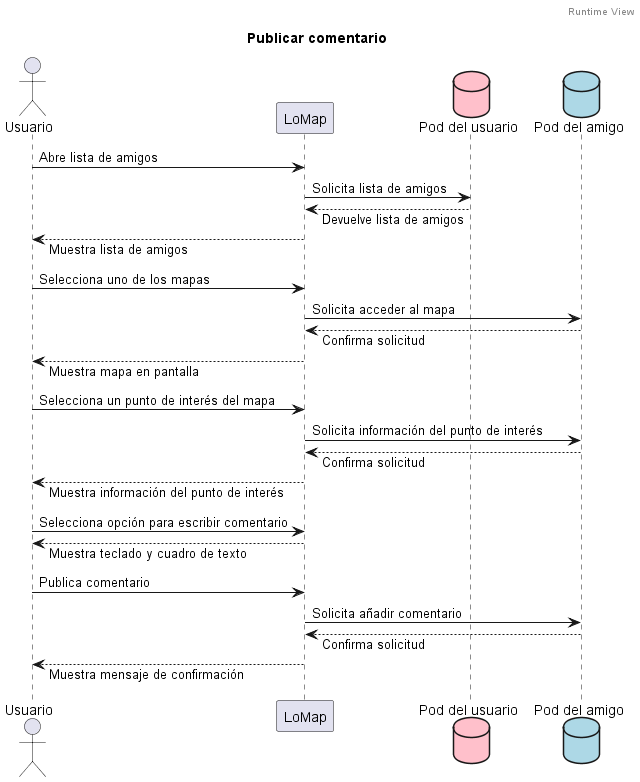
This is images/Publicar comentario.png from Arquisoft/lomap_es4b, a PlantUML export, as it was before one commit. Its diagram source:
```plantuml
@startuml
header Runtime View
title Publicar comentario

Actor Usuario
Participant LoMap
Database Pod as "Pod del usuario" #pink
Database PodAmigo as "Pod del amigo" #lightblue

skinparam responseMessageBelowArrow true

Usuario -> LoMap: Abre lista de amigos

LoMap -> Pod: Solicita lista de amigos
LoMap <-- Pod: Devuelve lista de amigos

Usuario <-- LoMap: Muestra lista de amigos


Usuario -> LoMap: Selecciona uno de los mapas

LoMap -> PodAmigo: Solicita acceder al mapa
LoMap <-- PodAmigo: Confirma solicitud

Usuario <-- LoMap: Muestra mapa en pantalla

Usuario -> LoMap: Selecciona un punto de interés del mapa

LoMap -> PodAmigo: Solicita información del punto de interés
LoMap <-- PodAmigo: Confirma solicitud

Usuario <-- LoMap: Muestra información del punto de interés


Usuario -> LoMap: Selecciona opción para escribir comentario
Usuario <-- LoMap: Muestra teclado y cuadro de texto


Usuario -> LoMap: Publica comentario

LoMap -> PodAmigo: Solicita añadir comentario
LoMap <-- PodAmigo: Confirma solicitud

Usuario <-- LoMap: Muestra mensaje de confirmación

@enduml
```
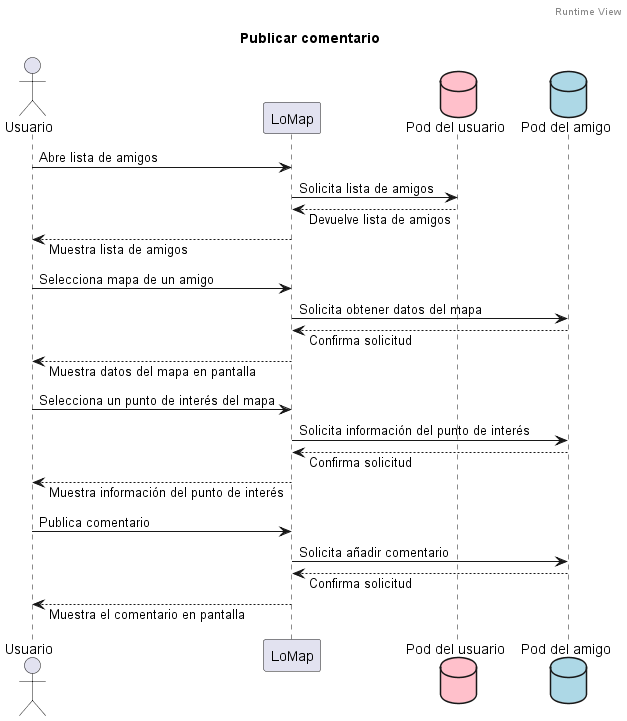
Above is the later version.

What changed in the source:
```diff
@@ -17,12 +17,12 @@
 Usuario <-- LoMap: Muestra lista de amigos
 
 
-Usuario -> LoMap: Selecciona uno de los mapas
+Usuario -> LoMap: Selecciona mapa de un amigo
 
-LoMap -> PodAmigo: Solicita acceder al mapa
+LoMap -> PodAmigo: Solicita obtener datos del mapa
 LoMap <-- PodAmigo: Confirma solicitud
 
-Usuario <-- LoMap: Muestra mapa en pantalla
+Usuario <-- LoMap: Muestra datos del mapa en pantalla
 
 Usuario -> LoMap: Selecciona un punto de interés del mapa
 
@@ -31,16 +31,11 @@
 
 Usuario <-- LoMap: Muestra información del punto de interés
 
-
-Usuario -> LoMap: Selecciona opción para escribir comentario
-Usuario <-- LoMap: Muestra teclado y cuadro de texto
-
-
 Usuario -> LoMap: Publica comentario
 
 LoMap -> PodAmigo: Solicita añadir comentario
 LoMap <-- PodAmigo: Confirma solicitud
 
-Usuario <-- LoMap: Muestra mensaje de confirmación
+Usuario <-- LoMap: Muestra el comentario en pantalla
 
 @enduml
```
